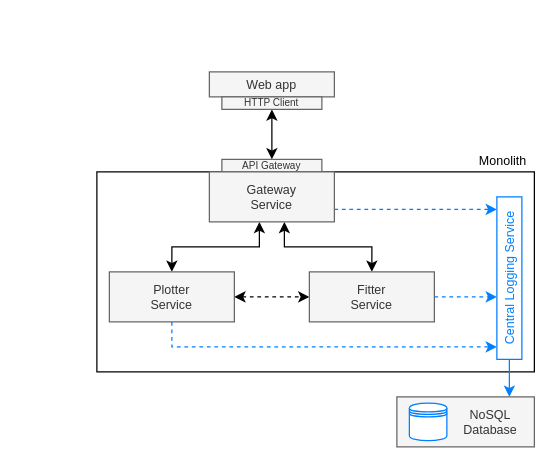
Earlier version of the draw.io diagram page "Base" (1 of 3) of docs/schemas/schemas.drawio (antoniomf97/easyg). Source tidied: cells renumbered, new cells numbered last; positions are measured from the earlier drawing's top-left corner, leaving out a move shared by most shapes. Both pictures are drawn from the tidied source at 125%, with x=0, y=0 at pixel (96, 71).
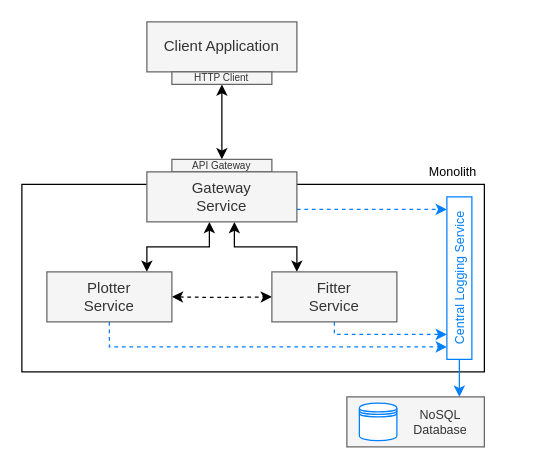
Above is the later version.

Commit message (it also covers changes not shown here):
Fitter architecture (#25)

Unchanged cells that the change refers to:
```xml
<mxCell id="20" style="rounded=0;whiteSpace=wrap;html=1;fillColor=#f5f5f5;fontColor=#333333;strokeColor=#666666;fontStyle=0;fontSize=11;align=center;" parent="19" vertex="1">
  <mxGeometry width="110" height="40" as="geometry" />
</mxCell>
```

What changed in the source:
```diff
@@
     <mxCell id="2" style="rounded=0;whiteSpace=wrap;html=1;fillColor=none;" parent="1" vertex="1">
-      <mxGeometry y="80" width="350" height="160" as="geometry" />
+      <mxGeometry x="-60" y="90" width="370" height="150" as="geometry" />
     </mxCell>
-    <mxCell id="3" value="Web app" style="rounded=0;whiteSpace=wrap;html=1;fillColor=#f5f5f5;fontColor=#333333;strokeColor=#666666;fontStyle=0;fontSize=10;" parent="1" vertex="1">
-      <mxGeometry x="90" width="100" height="20" as="geometry" />
+    <mxCell id="3" value="Client Application" style="rounded=0;whiteSpace=wrap;html=1;fillColor=#f5f5f5;fontColor=#333333;strokeColor=#666666;fontStyle=0;fontSize=12;" parent="1" vertex="1">
+      <mxGeometry x="40" y="-40" width="120" height="40" as="geometry" />
     </mxCell>
@@
     <mxCell id="5" value="HTTP Client" style="rounded=0;whiteSpace=wrap;html=1;fillColor=#f5f5f5;fontColor=#333333;strokeColor=#666666;fontStyle=0;fontSize=8;" parent="1" vertex="1">
-      <mxGeometry x="100" y="20" width="80" height="10" as="geometry" />
+      <mxGeometry x="60" width="80" height="10" as="geometry" />
     </mxCell>
     <mxCell id="6" value="API Gateway" style="rounded=0;whiteSpace=wrap;html=1;fillColor=#f5f5f5;fontColor=#333333;strokeColor=#666666;fontStyle=0;fontSize=8;" parent="1" vertex="1">
-      <mxGeometry x="100" y="70" width="80" height="10" as="geometry" />
+      <mxGeometry x="60" y="70" width="80" height="10" as="geometry" />
     </mxCell>
-    <mxCell id="7" style="edgeStyle=orthogonalEdgeStyle;rounded=0;jettySize=auto;html=1;startArrow=classic;startFill=1;" parent="1" edge="1" source="10" target="13">
+    <mxCell id="7" style="edgeStyle=orthogonalEdgeStyle;rounded=0;jettySize=auto;html=1;startArrow=classic;startFill=1;" parent="1" edge="1" source="10">
       <mxGeometry relative="1" as="geometry">
+        <mxPoint x="40" y="160" as="targetPoint" />
         <Array as="points">
-          <mxPoint x="130" y="140" />
-          <mxPoint x="60" y="140" />
+          <mxPoint x="90" y="140" />
+          <mxPoint x="40" y="140" />
         </Array>
       </mxGeometry>
     </mxCell>
-    <mxCell id="8" style="edgeStyle=orthogonalEdgeStyle;rounded=0;jettySize=auto;html=1;startArrow=classic;startFill=1;" parent="1" edge="1" source="10" target="15">
+    <mxCell id="8" style="edgeStyle=orthogonalEdgeStyle;rounded=0;jettySize=auto;html=1;startArrow=classic;startFill=1;" parent="1" edge="1" source="10">
       <mxGeometry relative="1" as="geometry">
+        <mxPoint x="160" y="160" as="targetPoint" />
         <Array as="points">
-          <mxPoint x="150" y="140" />
-          <mxPoint x="220" y="140" />
+          <mxPoint x="110" y="140" />
+          <mxPoint x="160" y="140" />
         </Array>
       </mxGeometry>
     </mxCell>
-    <mxCell id="9" style="edgeStyle=orthogonalEdgeStyle;rounded=0;jettySize=auto;html=1;dashed=1;strokeColor=#007FFF;" parent="1" edge="1" source="10" target="17">
+    <mxCell id="9" style="edgeStyle=orthogonalEdgeStyle;rounded=0;jettySize=auto;html=1;dashed=1;strokeColor=#007FFF;fontSize=10;" parent="1" edge="1" source="10" target="17">
       <mxGeometry relative="1" as="geometry">
         <Array as="points">
           <mxPoint x="260" y="110" />
           <mxPoint x="260" y="110" />
         </Array>
       </mxGeometry>
     </mxCell>
-    <mxCell id="10" value="Gateway&lt;br&gt;Service" style="rounded=0;whiteSpace=wrap;html=1;fillColor=#f5f5f5;fontColor=#333333;strokeColor=#666666;fontStyle=0;fontSize=10;" parent="1" vertex="1">
-      <mxGeometry x="90" y="80" width="100" height="40" as="geometry" />
+    <mxCell id="10" value="Gateway&lt;br&gt;Service" style="rounded=0;whiteSpace=wrap;html=1;fillColor=#f5f5f5;fontColor=#333333;strokeColor=#666666;fontStyle=0;fontSize=12;" parent="1" vertex="1">
+      <mxGeometry x="40" y="80" width="120" height="40" as="geometry" />
     </mxCell>
-    <mxCell id="11" style="edgeStyle=orthogonalEdgeStyle;rounded=0;jettySize=auto;html=1;dashed=1;strokeColor=#007FFF;" parent="1" edge="1" source="13" target="17">
+    <mxCell id="11" style="edgeStyle=orthogonalEdgeStyle;rounded=0;jettySize=auto;html=1;dashed=1;strokeColor=#007FFF;fontSize=10;" parent="1" edge="1" source="13" target="17">
       <mxGeometry relative="1" as="geometry">
         <Array as="points">
-          <mxPoint x="60" y="220" />
+          <mxPoint x="10" y="220" />
         </Array>
       </mxGeometry>
     </mxCell>
-    <mxCell id="12" style="edgeStyle=orthogonalEdgeStyle;rounded=0;jettySize=auto;html=1;startArrow=classic;startFill=1;dashed=1;" parent="1" edge="1" source="13" target="15">
-      <mxGeometry relative="1" as="geometry" />
+    <mxCell id="12" style="edgeStyle=orthogonalEdgeStyle;rounded=0;jettySize=auto;html=1;startArrow=classic;startFill=1;dashed=1;" parent="1" edge="1" target="15">
+      <mxGeometry relative="1" as="geometry">
+        <mxPoint x="60" y="180" as="sourcePoint" />
+      </mxGeometry>
     </mxCell>
-    <mxCell id="13" value="Plotter&lt;br&gt;Service" style="rounded=0;whiteSpace=wrap;html=1;fillColor=#f5f5f5;fontColor=#333333;strokeColor=#666666;fontStyle=0;fontSize=10;" parent="1" vertex="1">
-      <mxGeometry x="10" y="160" width="100" height="40" as="geometry" />
+    <mxCell id="13" value="Plotter&lt;br&gt;Service" style="rounded=0;whiteSpace=wrap;html=1;fillColor=#f5f5f5;fontColor=#333333;strokeColor=#666666;fontStyle=0;fontSize=12;" parent="1" vertex="1">
+      <mxGeometry x="-40" y="160" width="100" height="40" as="geometry" />
     </mxCell>
-    <mxCell id="14" style="edgeStyle=orthogonalEdgeStyle;rounded=0;jettySize=auto;html=1;dashed=1;strokeColor=#007FFF;" parent="1" edge="1" source="15" target="17">
+    <mxCell id="14" style="edgeStyle=orthogonalEdgeStyle;rounded=0;jettySize=auto;html=1;dashed=1;strokeColor=#007FFF;fontSize=10;" parent="1" edge="1" source="15" target="17">
       <mxGeometry relative="1" as="geometry">
         <Array as="points">
-          <mxPoint x="310" y="180" />
-          <mxPoint x="310" y="180" />
+          <mxPoint x="190" y="210" />
         </Array>
       </mxGeometry>
     </mxCell>
-    <mxCell id="15" value="Fitter&lt;br&gt;Service" style="rounded=0;whiteSpace=wrap;html=1;fillColor=#f5f5f5;fontColor=#333333;strokeColor=#666666;fontStyle=0;fontSize=10;" parent="1" vertex="1">
-      <mxGeometry x="170" y="160" width="100" height="40" as="geometry" />
+    <mxCell id="15" value="Fitter&lt;br&gt;Service" style="rounded=0;whiteSpace=wrap;html=1;fillColor=#f5f5f5;fontColor=#333333;strokeColor=#666666;fontStyle=0;fontSize=12;" parent="1" vertex="1">
+      <mxGeometry x="140" y="160" width="100" height="40" as="geometry" />
     </mxCell>
     <mxCell id="16" style="edgeStyle=orthogonalEdgeStyle;rounded=0;jettySize=auto;html=1;strokeColor=#007FFF;" parent="1" edge="1" source="17" target="20">
       <mxGeometry relative="1" as="geometry">
         <Array as="points">
-          <mxPoint x="330" y="250" />
-          <mxPoint x="330" y="250" />
+          <mxPoint x="290" y="220" />
+          <mxPoint x="290" y="220" />
         </Array>
       </mxGeometry>
     </mxCell>
     <mxCell id="17" value="Central Logging Service" style="rounded=0;whiteSpace=wrap;html=1;horizontal=0;strokeColor=#007FFF;fontColor=#007FFF;fontSize=10;" parent="1" vertex="1">
-      <mxGeometry x="320" y="100" width="20" height="130" as="geometry" />
+      <mxGeometry x="280" y="100" width="20" height="130" as="geometry" />
     </mxCell>
     <mxCell id="18" value="Monolith" style="text;html=1;align=center;verticalAlign=middle;whiteSpace=wrap;rounded=0;fontSize=10;" parent="1" vertex="1">
-      <mxGeometry x="300" y="66" width="50" height="10" as="geometry" />
+      <mxGeometry x="260" y="75" width="50" height="10" as="geometry" />
     </mxCell>
     <mxCell id="19" style="group;" parent="1" vertex="1">
-      <mxGeometry x="240" y="260" width="110" height="40" as="geometry" />
+      <mxGeometry x="200" y="260" width="110" height="40" as="geometry" />
     </mxCell>
```
